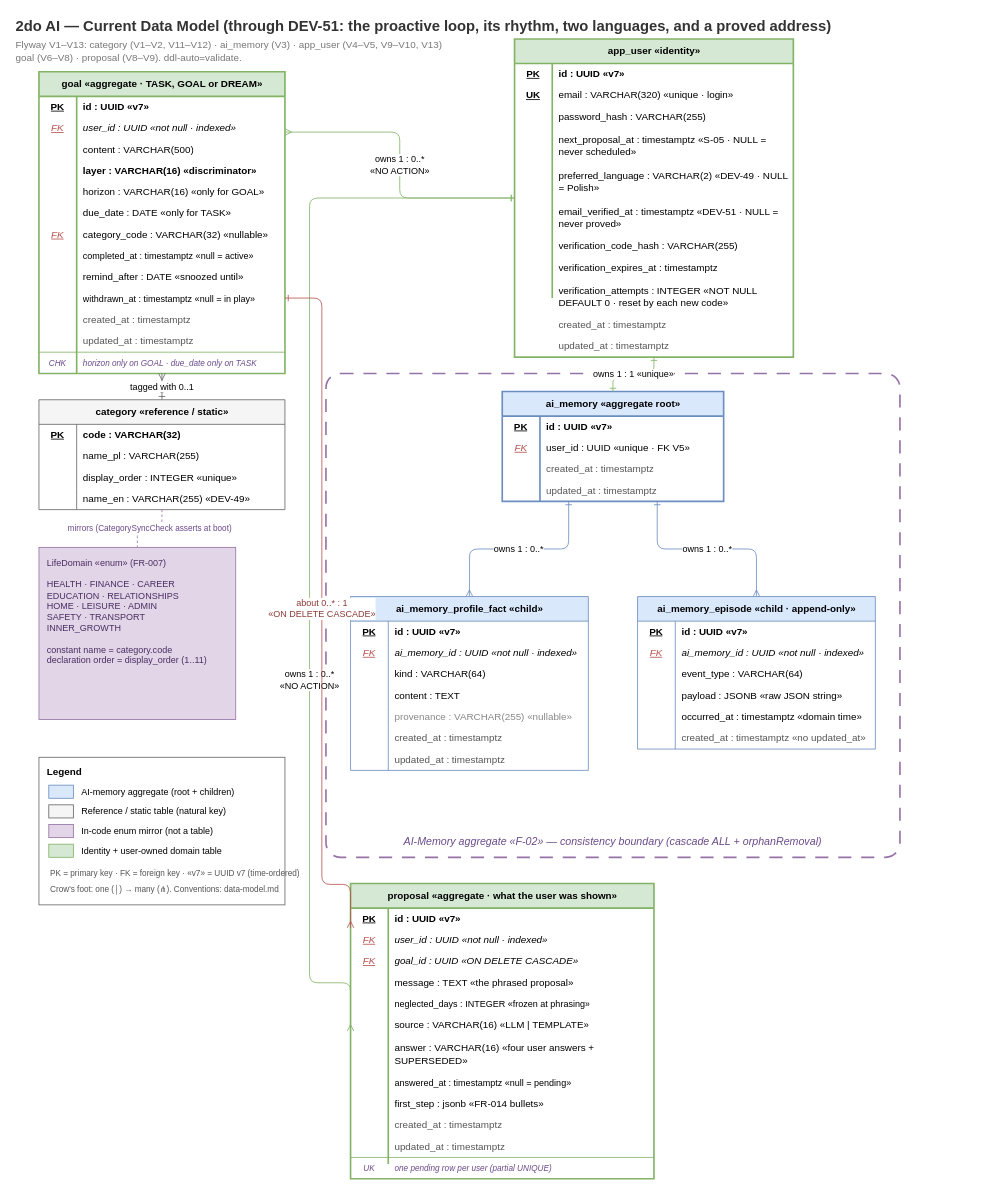
Above: context/foundation/data-model-current.drawio in TheDariusz/2doai (draw.io), before the change. Source tidied: cells renumbered, new cells numbered last; positions are measured from the earlier drawing's top-left corner, leaving out a move shared by most shapes. Both pictures are drawn from the tidied source at 82%, with x=0, y=0 at pixel (14, 14).
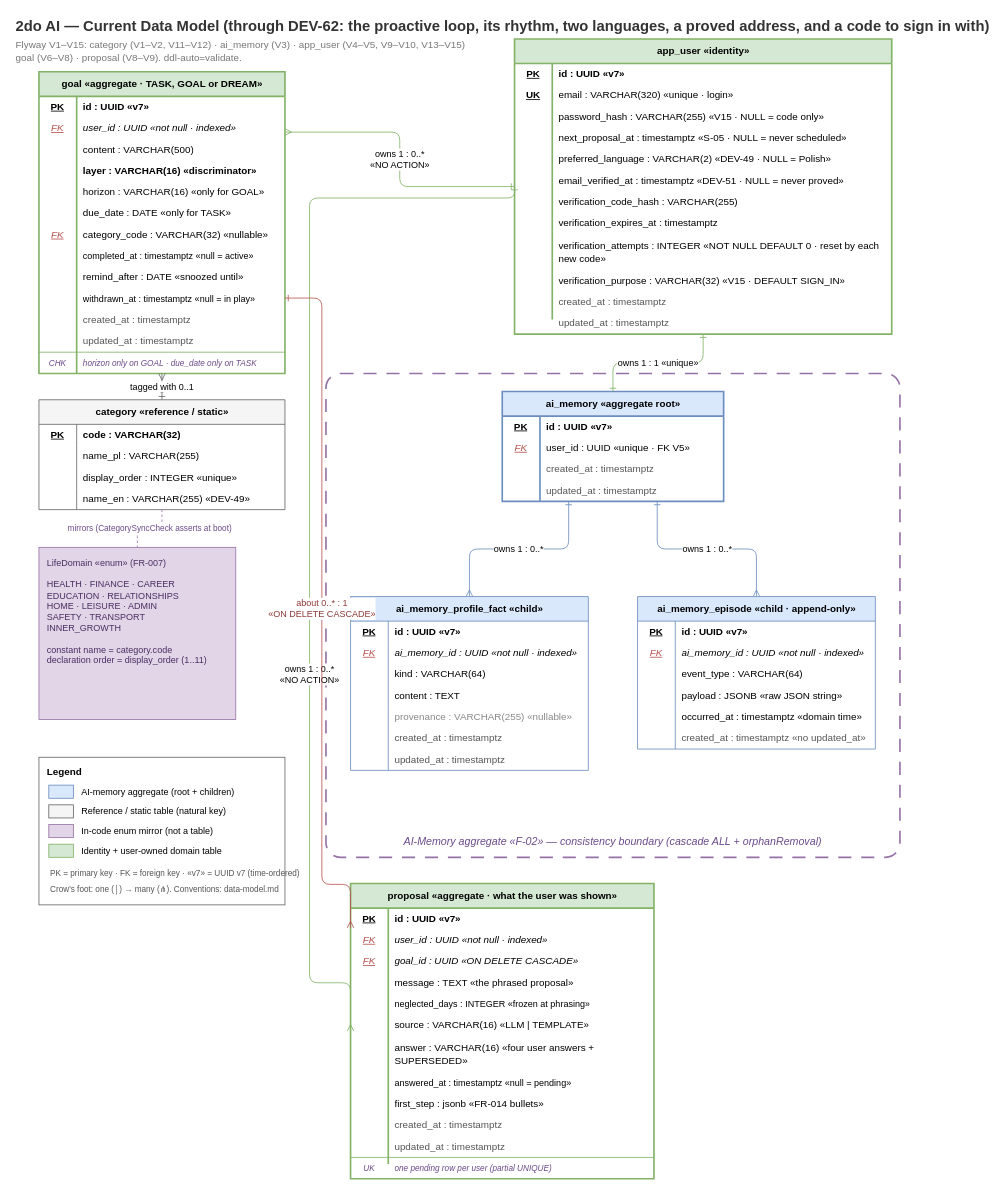
The same diagram, later.

Diff of the diagram source:
```diff
@@
-    <mxCell id="2" value="2do AI — Current Data Model (through DEV-51: the proactive loop, its rhythm, two languages, and a proved address)" style="text;html=1;align=left;verticalAlign=middle;fontSize=18;fontStyle=1;fontColor=#333333;" parent="1" vertex="1">
+    <mxCell id="2" value="2do AI — Current Data Model (through DEV-62: the proactive loop, its rhythm, two languages, a proved address, and a code to sign in with)" style="text;html=1;align=left;verticalAlign=middle;fontSize=18;fontStyle=1;fontColor=#333333;" parent="1" vertex="1">
       <mxGeometry width="760" height="30" as="geometry" />
     </mxCell>
-    <mxCell id="3" value="Flyway V1–V13:  category (V1–V2, V11–V12) · ai_memory (V3) · app_user (V4–V5, V9–V10, V13)&#10;goal (V6–V8) · proposal (V8–V9).   ddl-auto=validate." style="text;html=1;align=left;verticalAlign=middle;fontSize=12;fontColor=#777777;" parent="1" vertex="1">
+    <mxCell id="3" value="Flyway V1–V15:  category (V1–V2, V11–V12) · ai_memory (V3) · app_user (V4–V5, V9–V10, V13–V15)&#10;goal (V6–V8) · proposal (V8–V9).   ddl-auto=validate." style="text;html=1;align=left;verticalAlign=middle;fontSize=12;fontColor=#777777;" parent="1" vertex="1">
       <mxGeometry y="28" width="600" height="34" as="geometry" />
     </mxCell>
@@
     <mxCell id="19" value="app_user  «identity»" style="shape=table;startSize=30;childLayout=tableLayout;rowLines=0;fontStyle=1;align=center;strokeColor=#82b366;strokeWidth=2;fillColor=#d5e8d4;html=1;" parent="1" vertex="1">
-      <mxGeometry x="610" y="30" width="340" height="388" as="geometry" />
+      <mxGeometry x="610" y="30" width="460" height="360" as="geometry" />
     </mxCell>
     <mxCell id="20" style="shape=tableRow;horizontal=0;startSize=0;swimlaneHead=0;swimlaneBody=0;strokeColor=inherit;top=0;left=0;right=0;bottom=0;fillColor=none;fontSize=12;" parent="19" vertex="1">
-      <mxGeometry y="30" width="340" height="26" as="geometry" />
+      <mxGeometry y="30" width="460" height="26" as="geometry" />
     </mxCell>
@@
     <mxCell id="22" value="id : UUID  «v7»" style="shape=partialRectangle;html=1;whiteSpace=wrap;strokeColor=inherit;overflow=hidden;fillColor=none;top=0;left=0;bottom=0;right=0;align=left;spacingLeft=6;fontStyle=1;" parent="20" vertex="1">
-      <mxGeometry x="46" width="294" height="26" as="geometry" />
+      <mxGeometry x="46" width="414" height="26" as="geometry" />
     </mxCell>
     <mxCell id="23" style="shape=tableRow;horizontal=0;startSize=0;swimlaneHead=0;swimlaneBody=0;strokeColor=inherit;top=0;left=0;right=0;bottom=0;fillColor=none;fontSize=12;" parent="19" vertex="1">
-      <mxGeometry y="56" width="340" height="26" as="geometry" />
+      <mxGeometry y="56" width="460" height="26" as="geometry" />
     </mxCell>
@@
     <mxCell id="25" value="email : VARCHAR(320)  «unique · login»" style="shape=partialRectangle;html=1;whiteSpace=wrap;strokeColor=inherit;overflow=hidden;fillColor=none;top=0;left=0;bottom=0;right=0;align=left;spacingLeft=6;" parent="23" vertex="1">
-      <mxGeometry x="46" width="294" height="26" as="geometry" />
+      <mxGeometry x="46" width="414" height="26" as="geometry" />
     </mxCell>
     <mxCell id="26" style="shape=tableRow;horizontal=0;startSize=0;swimlaneHead=0;swimlaneBody=0;strokeColor=inherit;top=0;left=0;right=0;bottom=0;fillColor=none;fontSize=12;" parent="19" vertex="1">
-      <mxGeometry y="82" width="340" height="26" as="geometry" />
+      <mxGeometry y="82" width="460" height="26" as="geometry" />
     </mxCell>
@@
-    <mxCell id="28" value="password_hash : VARCHAR(255)" style="shape=partialRectangle;html=1;whiteSpace=wrap;strokeColor=inherit;overflow=hidden;fillColor=none;top=0;left=0;bottom=0;right=0;align=left;spacingLeft=6;" parent="26" vertex="1">
-      <mxGeometry x="46" width="294" height="26" as="geometry" />
+    <mxCell id="28" value="password_hash : VARCHAR(255)  «V15 · NULL = code only»" style="shape=partialRectangle;html=1;whiteSpace=wrap;strokeColor=inherit;overflow=hidden;fillColor=none;top=0;left=0;bottom=0;right=0;align=left;spacingLeft=6;" parent="26" vertex="1">
+      <mxGeometry x="46" width="414" height="26" as="geometry" />
     </mxCell>
     <mxCell id="29" style="shape=tableRow;horizontal=0;startSize=0;swimlaneHead=0;swimlaneBody=0;strokeColor=inherit;top=0;left=0;right=0;bottom=0;fillColor=none;fontSize=12;" parent="19" vertex="1">
-      <mxGeometry y="108" width="340" height="44" as="geometry" />
+      <mxGeometry y="108" width="460" height="26" as="geometry" />
     </mxCell>
@@
     <mxCell id="31" value="next_proposal_at : timestamptz  «S-05 · NULL = never scheduled»" style="shape=partialRectangle;html=1;whiteSpace=wrap;strokeColor=inherit;overflow=hidden;fillColor=none;top=0;left=0;bottom=0;right=0;align=left;spacingLeft=6;" parent="29" vertex="1">
-      <mxGeometry x="46" width="294" height="44" as="geometry" />
+      <mxGeometry x="46" width="414" height="26" as="geometry" />
     </mxCell>
     <mxCell id="32" style="shape=tableRow;horizontal=0;startSize=0;swimlaneHead=0;swimlaneBody=0;strokeColor=inherit;top=0;left=0;right=0;bottom=0;fillColor=none;fontSize=12;" parent="19" vertex="1">
-      <mxGeometry y="152" width="340" height="44" as="geometry" />
+      <mxGeometry y="134" width="460" height="26" as="geometry" />
     </mxCell>
@@
     <mxCell id="34" value="preferred_language : VARCHAR(2)  «DEV-49 · NULL = Polish»" style="shape=partialRectangle;html=1;whiteSpace=wrap;strokeColor=inherit;overflow=hidden;fillColor=none;top=0;left=0;bottom=0;right=0;align=left;spacingLeft=6;" parent="32" vertex="1">
-      <mxGeometry x="46" width="294" height="44" as="geometry" />
+      <mxGeometry x="46" width="414" height="26" as="geometry" />
     </mxCell>
     <mxCell id="35" style="shape=tableRow;horizontal=0;startSize=0;swimlaneHead=0;swimlaneBody=0;strokeColor=inherit;top=0;left=0;right=0;bottom=0;fillColor=none;fontSize=12;" parent="19" vertex="1">
-      <mxGeometry y="196" width="340" height="44" as="geometry" />
+      <mxGeometry y="160" width="460" height="26" as="geometry" />
     </mxCell>
@@
     <mxCell id="37" value="email_verified_at : timestamptz  «DEV-51 · NULL = never proved»" style="shape=partialRectangle;html=1;whiteSpace=wrap;strokeColor=inherit;overflow=hidden;fillColor=none;top=0;left=0;bottom=0;right=0;align=left;spacingLeft=6;" parent="35" vertex="1">
-      <mxGeometry x="46" width="294" height="44" as="geometry" />
+      <mxGeometry x="46" width="414" height="26" as="geometry" />
     </mxCell>
     <mxCell id="38" style="shape=tableRow;horizontal=0;startSize=0;swimlaneHead=0;swimlaneBody=0;strokeColor=inherit;top=0;left=0;right=0;bottom=0;fillColor=none;fontSize=12;" parent="19" vertex="1">
-      <mxGeometry y="240" width="340" height="26" as="geometry" />
+      <mxGeometry y="186" width="460" height="26" as="geometry" />
     </mxCell>
@@
     <mxCell id="40" value="verification_code_hash : VARCHAR(255)" style="shape=partialRectangle;html=1;whiteSpace=wrap;strokeColor=inherit;overflow=hidden;fillColor=none;top=0;left=0;bottom=0;right=0;align=left;spacingLeft=6;" parent="38" vertex="1">
-      <mxGeometry x="46" width="294" height="26" as="geometry" />
+      <mxGeometry x="46" width="414" height="26" as="geometry" />
     </mxCell>
     <mxCell id="41" style="shape=tableRow;horizontal=0;startSize=0;swimlaneHead=0;swimlaneBody=0;strokeColor=inherit;top=0;left=0;right=0;bottom=0;fillColor=none;fontSize=12;" parent="19" vertex="1">
-      <mxGeometry y="266" width="340" height="26" as="geometry" />
+      <mxGeometry y="212" width="460" height="26" as="geometry" />
     </mxCell>
@@
     <mxCell id="43" value="verification_expires_at : timestamptz" style="shape=partialRectangle;html=1;whiteSpace=wrap;strokeColor=inherit;overflow=hidden;fillColor=none;top=0;left=0;bottom=0;right=0;align=left;spacingLeft=6;" parent="41" vertex="1">
-      <mxGeometry x="46" width="294" height="26" as="geometry" />
+      <mxGeometry x="46" width="414" height="26" as="geometry" />
     </mxCell>
     <mxCell id="44" style="shape=tableRow;horizontal=0;startSize=0;swimlaneHead=0;swimlaneBody=0;strokeColor=inherit;top=0;left=0;right=0;bottom=0;fillColor=none;fontSize=12;" parent="19" vertex="1">
-      <mxGeometry y="292" width="340" height="44" as="geometry" />
+      <mxGeometry y="238" width="460" height="44" as="geometry" />
     </mxCell>
@@
     <mxCell id="46" value="verification_attempts : INTEGER  «NOT NULL DEFAULT 0 · reset by each new code»" style="shape=partialRectangle;html=1;whiteSpace=wrap;strokeColor=inherit;overflow=hidden;fillColor=none;top=0;left=0;bottom=0;right=0;align=left;spacingLeft=6;" parent="44" vertex="1">
-      <mxGeometry x="46" width="294" height="44" as="geometry" />
+      <mxGeometry x="46" width="414" height="44" as="geometry" />
     </mxCell>
+    <mxCell id="203" style="shape=tableRow;horizontal=0;startSize=0;swimlaneHead=0;swimlaneBody=0;strokeColor=inherit;top=0;left=0;right=0;bottom=0;fillColor=none;fontSize=12;" parent="19" vertex="1">
+      <mxGeometry y="282" width="460" height="26" as="geometry" />
+    </mxCell>
+    <mxCell id="204" style="shape=partialRectangle;html=1;whiteSpace=wrap;strokeColor=inherit;overflow=hidden;fillColor=none;top=0;left=0;bottom=0;right=0;" parent="203" vertex="1">
+      <mxGeometry width="46" height="26" as="geometry" />
+    </mxCell>
+    <mxCell id="205" value="verification_purpose : VARCHAR(32)  «V15 · DEFAULT SIGN_IN»" style="shape=partialRectangle;html=1;whiteSpace=wrap;strokeColor=inherit;overflow=hidden;fillColor=none;top=0;left=0;bottom=0;right=0;align=left;spacingLeft=6;" parent="203" vertex="1">
+      <mxGeometry x="46" width="414" height="26" as="geometry" />
+    </mxCell>
     <mxCell id="47" style="shape=tableRow;horizontal=0;startSize=0;swimlaneHead=0;swimlaneBody=0;strokeColor=inherit;top=0;left=0;right=0;bottom=0;fillColor=none;fontSize=12;" parent="19" vertex="1">
-      <mxGeometry y="336" width="340" height="26" as="geometry" />
+      <mxGeometry y="308" width="460" height="26" as="geometry" />
     </mxCell>
@@
     <mxCell id="49" value="created_at : timestamptz" style="shape=partialRectangle;html=1;whiteSpace=wrap;strokeColor=inherit;overflow=hidden;fillColor=none;top=0;left=0;bottom=0;right=0;align=left;spacingLeft=6;fontColor=#555555;" parent="47" vertex="1">
-      <mxGeometry x="46" width="294" height="26" as="geometry" />
+      <mxGeometry x="46" width="414" height="26" as="geometry" />
     </mxCell>
     <mxCell id="50" style="shape=tableRow;horizontal=0;startSize=0;swimlaneHead=0;swimlaneBody=0;strokeColor=inherit;top=0;left=0;right=0;bottom=0;fillColor=none;fontSize=12;" parent="19" vertex="1">
-      <mxGeometry y="362" width="340" height="26" as="geometry" />
+      <mxGeometry y="334" width="460" height="26" as="geometry" />
     </mxCell>
@@
     <mxCell id="52" value="updated_at : timestamptz" style="shape=partialRectangle;html=1;whiteSpace=wrap;strokeColor=inherit;overflow=hidden;fillColor=none;top=0;left=0;bottom=0;right=0;align=left;spacingLeft=6;fontColor=#555555;" parent="50" vertex="1">
-      <mxGeometry x="46" width="294" height="26" as="geometry" />
+      <mxGeometry x="46" width="414" height="26" as="geometry" />
     </mxCell>
```
